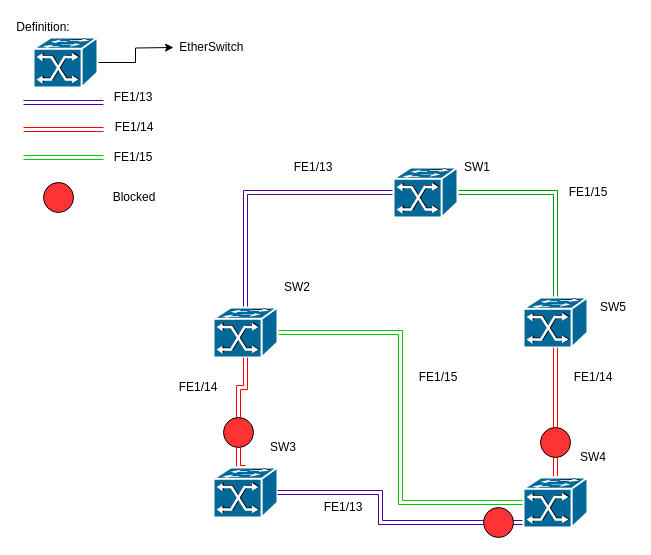
This is diagrams/tree_diagram_stp.drawio from brown9804/Computer-NetworksDesigns-Hub, a draw.io file, before an edit. Source tidied: cells renumbered, new cells numbered last; positions are measured from the earlier drawing's top-left corner, leaving out a move shared by most shapes. Both pictures are drawn from the tidied source at 100%, with x=0, y=0 at pixel (23, 17).
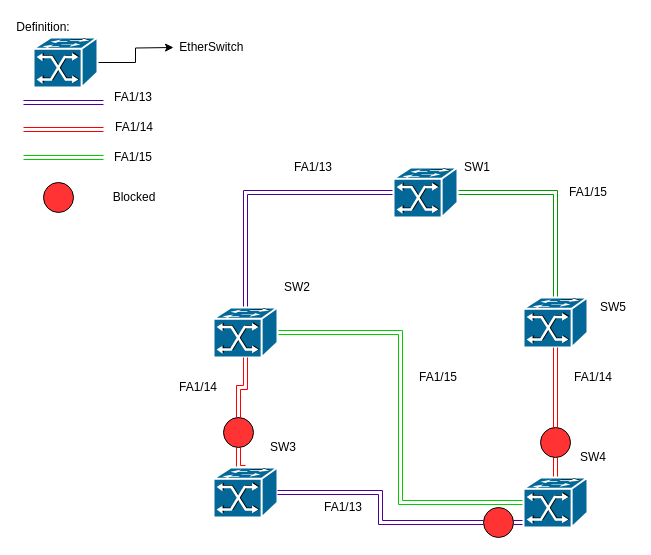
The same diagram, later.

Diff of the diagram source:
```diff
@@
-    <mxCell id="22" value="FE1/13" style="text;html=1;strokeColor=none;fillColor=none;align=center;verticalAlign=middle;whiteSpace=wrap;rounded=0;" parent="1" vertex="1">
+    <mxCell id="22" value="FA1/13" style="text;html=1;strokeColor=none;fillColor=none;align=center;verticalAlign=middle;whiteSpace=wrap;rounded=0;" parent="1" vertex="1">
       <mxGeometry x="270" y="140" width="40" height="20" as="geometry" />
     </mxCell>
-    <mxCell id="23" value="FE1/13" style="text;html=1;strokeColor=none;fillColor=none;align=center;verticalAlign=middle;whiteSpace=wrap;rounded=0;" parent="1" vertex="1">
+    <mxCell id="23" value="FA1/13" style="text;html=1;strokeColor=none;fillColor=none;align=center;verticalAlign=middle;whiteSpace=wrap;rounded=0;" parent="1" vertex="1">
       <mxGeometry x="300" y="480" width="40" height="20" as="geometry" />
     </mxCell>
-    <mxCell id="24" value="FE1/14" style="text;html=1;strokeColor=none;fillColor=none;align=center;verticalAlign=middle;whiteSpace=wrap;rounded=0;" parent="1" vertex="1">
+    <mxCell id="24" value="FA1/14" style="text;html=1;strokeColor=none;fillColor=none;align=center;verticalAlign=middle;whiteSpace=wrap;rounded=0;" parent="1" vertex="1">
       <mxGeometry x="140" y="360" width="70" height="20" as="geometry" />
     </mxCell>
-    <mxCell id="25" value="FE1/14" style="text;html=1;strokeColor=none;fillColor=none;align=center;verticalAlign=middle;whiteSpace=wrap;rounded=0;" parent="1" vertex="1">
+    <mxCell id="25" value="FA1/14" style="text;html=1;strokeColor=none;fillColor=none;align=center;verticalAlign=middle;whiteSpace=wrap;rounded=0;" parent="1" vertex="1">
       <mxGeometry x="535" y="350" width="70" height="20" as="geometry" />
     </mxCell>
-    <mxCell id="26" value="FE1/15" style="text;html=1;strokeColor=none;fillColor=none;align=center;verticalAlign=middle;whiteSpace=wrap;rounded=0;" parent="1" vertex="1">
+    <mxCell id="26" value="FA1/15" style="text;html=1;strokeColor=none;fillColor=none;align=center;verticalAlign=middle;whiteSpace=wrap;rounded=0;" parent="1" vertex="1">
       <mxGeometry x="530" y="165" width="70" height="20" as="geometry" />
     </mxCell>
-    <mxCell id="27" value="FE1/15" style="text;html=1;strokeColor=none;fillColor=none;align=center;verticalAlign=middle;whiteSpace=wrap;rounded=0;" parent="1" vertex="1">
+    <mxCell id="27" value="FA1/15" style="text;html=1;strokeColor=none;fillColor=none;align=center;verticalAlign=middle;whiteSpace=wrap;rounded=0;" parent="1" vertex="1">
       <mxGeometry x="380" y="350" width="70" height="20" as="geometry" />
     </mxCell>
@@
-    <mxCell id="29" value="FE1/13" style="text;html=1;strokeColor=none;fillColor=none;align=center;verticalAlign=middle;whiteSpace=wrap;rounded=0;" parent="1" vertex="1">
+    <mxCell id="29" value="FA1/13" style="text;html=1;strokeColor=none;fillColor=none;align=center;verticalAlign=middle;whiteSpace=wrap;rounded=0;" parent="1" vertex="1">
       <mxGeometry x="90" y="70" width="40" height="20" as="geometry" />
     </mxCell>
@@
-    <mxCell id="31" value="FE1/15" style="text;html=1;strokeColor=none;fillColor=none;align=center;verticalAlign=middle;whiteSpace=wrap;rounded=0;" parent="1" vertex="1">
+    <mxCell id="31" value="FA1/15" style="text;html=1;strokeColor=none;fillColor=none;align=center;verticalAlign=middle;whiteSpace=wrap;rounded=0;" parent="1" vertex="1">
       <mxGeometry x="75" y="130" width="70" height="20" as="geometry" />
     </mxCell>
@@
-    <mxCell id="33" value="FE1/14" style="text;html=1;strokeColor=none;fillColor=none;align=center;verticalAlign=middle;whiteSpace=wrap;rounded=0;" parent="1" vertex="1">
+    <mxCell id="33" value="FA1/14" style="text;html=1;strokeColor=none;fillColor=none;align=center;verticalAlign=middle;whiteSpace=wrap;rounded=0;" parent="1" vertex="1">
       <mxGeometry x="76" y="100" width="70" height="20" as="geometry" />
     </mxCell>
```
